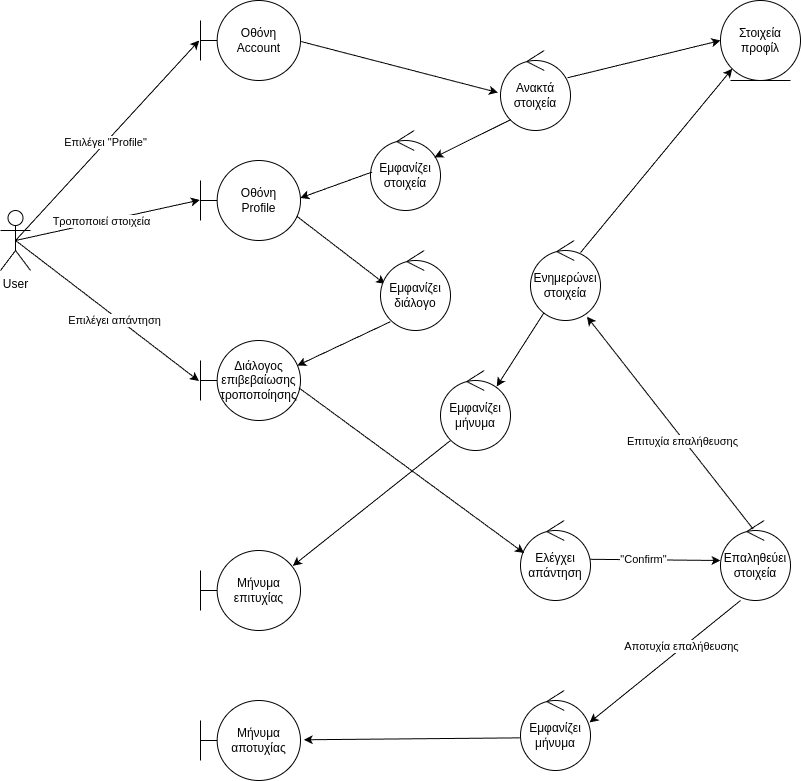
Above: reports/edit-profile-robustness.drawio.png in YannisRavasopoulos/ProjectSD_S6 (draw.io), before the change. Source tidied: cells renumbered, new cells last; positions are measured from the earlier drawing's top-left corner, leaving out a move shared by most shapes.
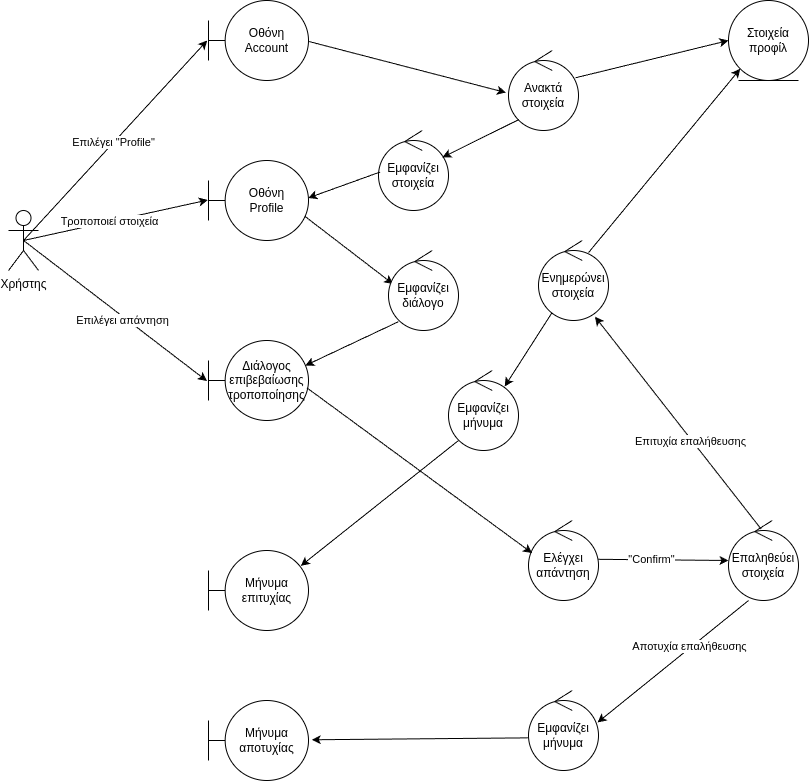
After the commit.

Commit message:
report-user success message

Diff of the diagram source:
```diff
@@ -2,7 +2,7 @@
   <root>
     <mxCell id="0" />
     <mxCell id="1" parent="0" />
-    <mxCell id="2" value="User" style="shape=umlActor;verticalLabelPosition=bottom;verticalAlign=top;html=1;" parent="1" vertex="1">
+    <mxCell id="2" value="Χρήστης" style="shape=umlActor;verticalLabelPosition=bottom;verticalAlign=top;html=1;" parent="1" vertex="1">
       <mxGeometry y="210" width="30" height="60" as="geometry" />
     </mxCell>
     <mxCell id="3" value="Οθόνη&lt;br&gt;Account" style="shape=umlBoundary;whiteSpace=wrap;html=1;" parent="1" vertex="1">
```
